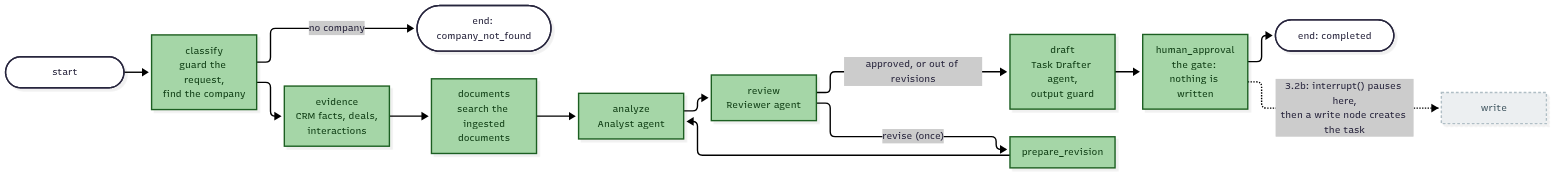
The Mermaid diagram docs/img/diagrams/stage3-agent-graph.png in dsailajakrishna0-ship-it/customer-compass-v3, before a commit. Its source is kept beside it as docs/diagrams/stage3-agent-graph.mmd. Source of this version:
```mermaid
flowchart LR
    S(["start"]) --> C["classify<br/>guard the request,<br/>find the company"]
    C -->|"no company"| E1(["end: company_not_found"])
    C --> EV["evidence<br/>CRM facts, deals,<br/>interactions"]
    EV --> DO["documents<br/>search the ingested<br/>documents"]
    DO --> AN["analyze<br/>Analyst agent"]
    AN --> RV["review<br/>Reviewer agent"]
    RV -->|"approved, or out of revisions"| DR["draft<br/>Task Drafter agent,<br/>output guard"]
    RV -->|"revise (once)"| PR["prepare_revision"]
    PR --> AN
    DR --> HA["human_approval<br/>the gate: nothing is written"]
    HA --> E2(["end: completed"])
    HA -.->|"3.2b: interrupt() pauses here,<br/>then a write node creates the task"| W["write"]
    classDef new fill:#a5d6a7,stroke:#1b5e20,stroke-width:2px,color:#0d3b12
    classDef later fill:#eceff1,stroke:#b0bec5,stroke-dasharray:4 3,color:#455a64
    class C,EV,DO,AN,RV,PR,DR,HA new
    class W later
```
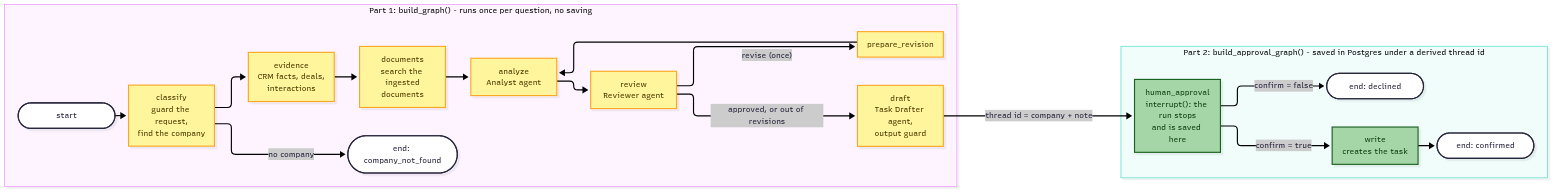
Later version of the same file.

The edit, as a diff of the source:
```diff
@@ -1,17 +1,24 @@
 flowchart LR
-    S(["start"]) --> C["classify<br/>guard the request,<br/>find the company"]
-    C -->|"no company"| E1(["end: company_not_found"])
-    C --> EV["evidence<br/>CRM facts, deals,<br/>interactions"]
-    EV --> DO["documents<br/>search the ingested<br/>documents"]
-    DO --> AN["analyze<br/>Analyst agent"]
-    AN --> RV["review<br/>Reviewer agent"]
-    RV -->|"approved, or out of revisions"| DR["draft<br/>Task Drafter agent,<br/>output guard"]
-    RV -->|"revise (once)"| PR["prepare_revision"]
-    PR --> AN
-    DR --> HA["human_approval<br/>the gate: nothing is written"]
-    HA --> E2(["end: completed"])
-    HA -.->|"3.2b: interrupt() pauses here,<br/>then a write node creates the task"| W["write"]
+    subgraph P1["Part 1: build_graph() - runs once per question, no saving"]
+        direction LR
+        S(["start"]) --> C["classify<br/>guard the request,<br/>find the company"]
+        C -->|"no company"| E1(["end: company_not_found"])
+        C --> EV["evidence<br/>CRM facts, deals,<br/>interactions"]
+        EV --> DO["documents<br/>search the ingested<br/>documents"]
+        DO --> AN["analyze<br/>Analyst agent"]
+        AN --> RV["review<br/>Reviewer agent"]
+        RV -->|"approved, or out of revisions"| DR["draft<br/>Task Drafter agent,<br/>output guard"]
+        RV -->|"revise (once)"| PR["prepare_revision"]
+        PR --> AN
+    end
+    subgraph P2["Part 2: build_approval_graph() - saved in Postgres under a derived thread id"]
+        direction LR
+        HA["human_approval<br/>interrupt(): the run stops<br/>and is saved here"] -->|"confirm = true"| W["write<br/>creates the task"]
+        HA -->|"confirm = false"| E3(["end: declined"])
+        W --> E4(["end: confirmed"])
+    end
+    DR -->|"thread id = company + note"| HA
     classDef new fill:#a5d6a7,stroke:#1b5e20,stroke-width:2px,color:#0d3b12
-    classDef later fill:#eceff1,stroke:#b0bec5,stroke-dasharray:4 3,color:#455a64
-    class C,EV,DO,AN,RV,PR,DR,HA new
-    class W later
+    classDef chg fill:#fff59d,stroke:#f9a825,stroke-width:2px,color:#4e3b00
+    class C,EV,DO,AN,RV,PR,DR chg
+    class HA,W new
```
